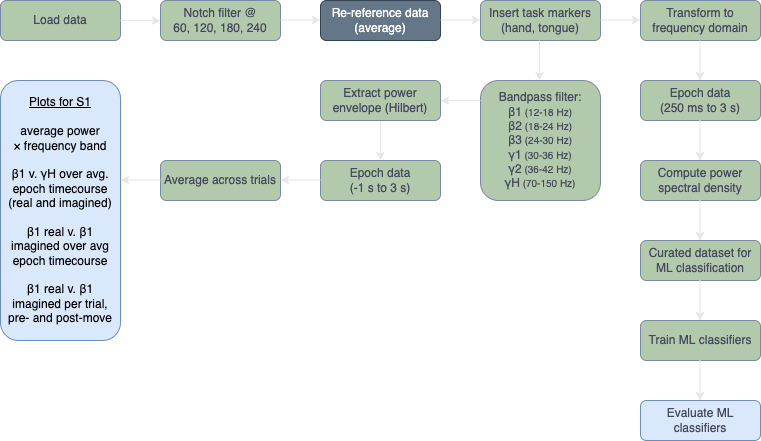
Before: analysis_steps.png, a diagram exported from draw.io (jessb0t/motorImagery). Source tidied: cells renumbered, new cells last; positions are measured from the earlier drawing's top-left corner, leaving out a move shared by most shapes.
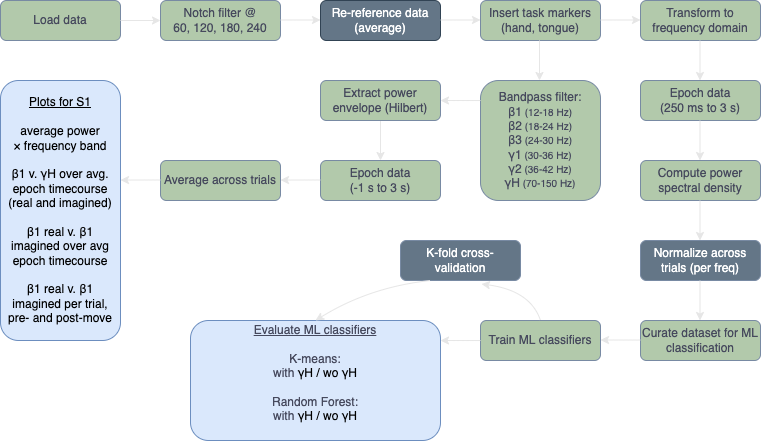
The same diagram one commit later.

What changed in the source:
```diff
@@ -38,8 +38,8 @@
     <mxCell id="13" value="Transform to frequency domain" style="rounded=1;whiteSpace=wrap;html=1;fontSize=12;glass=0;strokeWidth=1;shadow=0;fillColor=#B2C9AB;strokeColor=#788AA3;fontColor=#46495D;" parent="1" vertex="1">
       <mxGeometry x="640" width="120" height="40" as="geometry" />
     </mxCell>
-    <mxCell id="14" value="&lt;span style=&quot;color: rgb(70 , 73 , 93)&quot;&gt;Evaluate ML classifiers&lt;/span&gt;" style="rounded=1;whiteSpace=wrap;html=1;fontSize=12;glass=0;strokeWidth=1;shadow=0;fillColor=#dae8fc;strokeColor=#6c8ebf;" parent="1" vertex="1">
-      <mxGeometry x="640" y="400" width="120" height="40" as="geometry" />
+    <mxCell id="14" value="&lt;span style=&quot;color: rgb(70 , 73 , 93)&quot;&gt;&lt;u&gt;Evaluate ML classifiers&lt;/u&gt;&lt;br&gt;&lt;br&gt;K-means:&lt;br&gt;with&amp;nbsp;&lt;/span&gt;&lt;span style=&quot;text-align: left&quot;&gt;γH / wo&amp;nbsp;&lt;/span&gt;&lt;span style=&quot;text-align: left&quot;&gt;γH&lt;br&gt;&lt;/span&gt;&lt;span style=&quot;color: rgb(70 , 73 , 93)&quot;&gt;&lt;br&gt;&lt;/span&gt;&lt;span style=&quot;color: rgb(70 , 73 , 93)&quot;&gt;Random Forest:&lt;br&gt;with&amp;nbsp;&lt;/span&gt;&lt;span style=&quot;text-align: left&quot;&gt;γH / wo&amp;nbsp;&lt;/span&gt;&lt;span style=&quot;text-align: left&quot;&gt;γH&lt;/span&gt;&lt;span style=&quot;color: rgb(70 , 73 , 93)&quot;&gt;&lt;br&gt;&amp;nbsp;&lt;br&gt;&lt;/span&gt;" style="rounded=1;whiteSpace=wrap;html=1;fontSize=12;glass=0;strokeWidth=1;shadow=0;fillColor=#dae8fc;strokeColor=#6c8ebf;" parent="1" vertex="1">
+      <mxGeometry x="190" y="320" width="250" height="120" as="geometry" />
     </mxCell>
     <mxCell id="15" style="endArrow=classic;html=1;fontColor=#46495D;strokeColor=#E6E6E6;fillColor=#B2C9AB;exitX=1;exitY=0.5;exitDx=0;exitDy=0;entryX=0;entryY=0.5;entryDx=0;entryDy=0;" parent="1" edge="1" source="2" target="3">
       <mxGeometry relative="1" as="geometry" />
@@ -92,11 +92,11 @@
     <mxCell id="24" value="Compute power spectral density" style="rounded=1;whiteSpace=wrap;html=1;fontSize=12;glass=0;strokeWidth=1;shadow=0;fillColor=#B2C9AB;strokeColor=#788AA3;fontColor=#46495D;" parent="1" vertex="1">
       <mxGeometry x="640" y="160" width="120" height="40" as="geometry" />
     </mxCell>
-    <mxCell id="25" value="Curated dataset for ML classification" style="rounded=1;whiteSpace=wrap;html=1;fontSize=12;glass=0;strokeWidth=1;shadow=0;fillColor=#B2C9AB;strokeColor=#788AA3;fontColor=#46495D;" parent="1" vertex="1">
+    <mxCell id="25" value="Normalize across trials (per freq)" style="rounded=1;whiteSpace=wrap;html=1;fontSize=12;glass=0;strokeWidth=1;shadow=0;fillColor=#647687;strokeColor=#788AA3;fontColor=#FFFFFF;" parent="1" vertex="1">
       <mxGeometry x="640" y="240" width="120" height="40" as="geometry" />
     </mxCell>
-    <mxCell id="26" value="Train ML classifiers" style="rounded=1;whiteSpace=wrap;html=1;fontSize=12;glass=0;strokeWidth=1;shadow=0;fillColor=#B2C9AB;strokeColor=#788AA3;fontColor=#46495D;" parent="1" vertex="1">
-      <mxGeometry x="640" y="320" width="120" height="40" as="geometry" />
+    <mxCell id="26" value="K-fold cross-validation" style="rounded=1;whiteSpace=wrap;html=1;fontSize=12;glass=0;strokeWidth=1;shadow=0;fillColor=#647687;strokeColor=#788AA3;fontColor=#FFFFFF;" parent="1" vertex="1">
+      <mxGeometry x="400" y="240" width="120" height="40" as="geometry" />
     </mxCell>
     <mxCell id="27" style="endArrow=classic;html=1;fontColor=#46495D;strokeColor=#E6E6E6;fillColor=#B2C9AB;entryX=0.5;entryY=0;entryDx=0;entryDy=0;exitX=0.5;exitY=1;exitDx=0;exitDy=0;" parent="1" edge="1">
       <mxGeometry relative="1" as="geometry">
@@ -116,11 +116,37 @@
         <mxPoint x="699.5" y="320" as="targetPoint" />
       </mxGeometry>
     </mxCell>
-    <mxCell id="30" style="endArrow=classic;html=1;fontColor=#46495D;strokeColor=#E6E6E6;fillColor=#B2C9AB;entryX=0.5;entryY=0;entryDx=0;entryDy=0;exitX=0.5;exitY=1;exitDx=0;exitDy=0;" parent="1" edge="1">
-      <mxGeometry relative="1" as="geometry">
-        <mxPoint x="699.5" y="360" as="sourcePoint" />
-        <mxPoint x="699.5" y="400" as="targetPoint" />
-      </mxGeometry>
-    </mxCell>
+    <mxCell id="31" value="Curate dataset for ML classification" style="rounded=1;whiteSpace=wrap;html=1;fontSize=12;glass=0;strokeWidth=1;shadow=0;fillColor=#B2C9AB;strokeColor=#788AA3;fontColor=#46495D;" parent="1" vertex="1">
+      <mxGeometry x="640" y="320" width="120" height="40" as="geometry" />
+    </mxCell>
+    <mxCell id="32" style="endArrow=classic;html=1;fontColor=#46495D;strokeColor=#E6E6E6;fillColor=#B2C9AB;exitX=0;exitY=0.167;exitDx=0;exitDy=0;entryX=1;entryY=0.5;entryDx=0;entryDy=0;exitPerimeter=0;" parent="1" edge="1">
+      <mxGeometry relative="1" as="geometry">
+        <mxPoint x="640" y="339.5" as="sourcePoint" />
+        <mxPoint x="600" y="339.5" as="targetPoint" />
+      </mxGeometry>
+    </mxCell>
+    <mxCell id="33" value="Train ML classifiers" style="rounded=1;whiteSpace=wrap;html=1;fontSize=12;glass=0;strokeWidth=1;shadow=0;fillColor=#B2C9AB;strokeColor=#788AA3;fontColor=#46495D;" parent="1" vertex="1">
+      <mxGeometry x="480" y="320" width="120" height="40" as="geometry" />
+    </mxCell>
+    <mxCell id="34" style="endArrow=classic;html=1;fontColor=#46495D;strokeColor=#E6E6E6;fillColor=#B2C9AB;exitX=0;exitY=0.167;exitDx=0;exitDy=0;entryX=1;entryY=0.5;entryDx=0;entryDy=0;exitPerimeter=0;" parent="1" edge="1">
+      <mxGeometry relative="1" as="geometry">
+        <mxPoint x="480" y="340" as="sourcePoint" />
+        <mxPoint x="440" y="340" as="targetPoint" />
+      </mxGeometry>
+    </mxCell>
+    <mxCell id="35" style="endArrow=classic;html=1;fontColor=#FFFFFF;strokeColor=#E6E6E6;fillColor=#B2C9AB;exitX=0.5;exitY=0;exitDx=0;exitDy=0;entryX=0.675;entryY=1.088;entryDx=0;entryDy=0;entryPerimeter=0;curved=1;" parent="1" edge="1" source="33" target="26">
+      <mxGeometry relative="1" as="geometry">
+        <Array as="points">
+          <mxPoint x="530" y="290" />
+        </Array>
+      </mxGeometry>
+    </mxCell>
+    <mxCell id="36" style="endArrow=classic;html=1;fontColor=#FFFFFF;strokeColor=#E6E6E6;fillColor=#B2C9AB;exitX=0.25;exitY=1;exitDx=0;exitDy=0;entryX=0.5;entryY=0;entryDx=0;entryDy=0;curved=1;" parent="1" edge="1" source="26" target="14">
+      <mxGeometry relative="1" as="geometry">
+        <Array as="points">
+          <mxPoint x="369" y="286.5" />
+        </Array>
+      </mxGeometry>
+    </mxCell>
   </root>
 </mxGraphModel>
```
